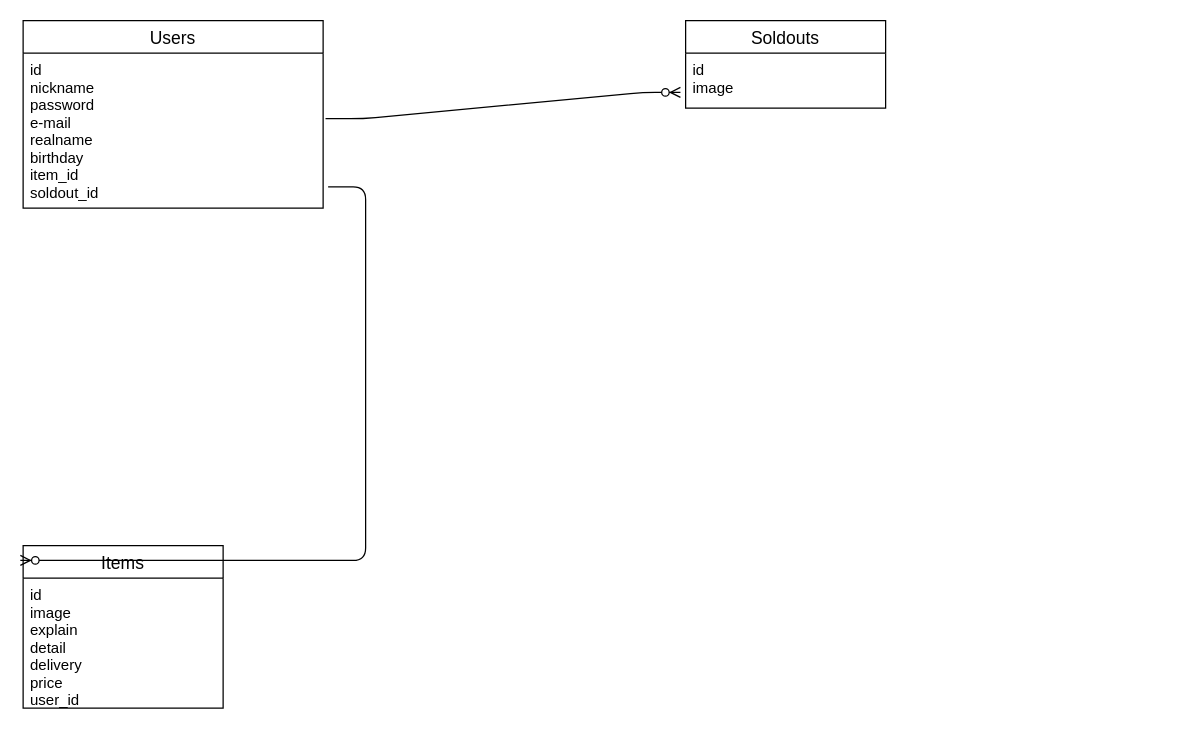
Earlier version of the draw.io diagram .drawio (HilotoTaketake/furima_27497). Source tidied: cells renumbered, new cells numbered last; positions are measured from the earlier drawing's top-left corner, leaving out a move shared by most shapes. Both pictures are drawn from the tidied source at 125%, with x=0, y=0 at pixel (22, 20).
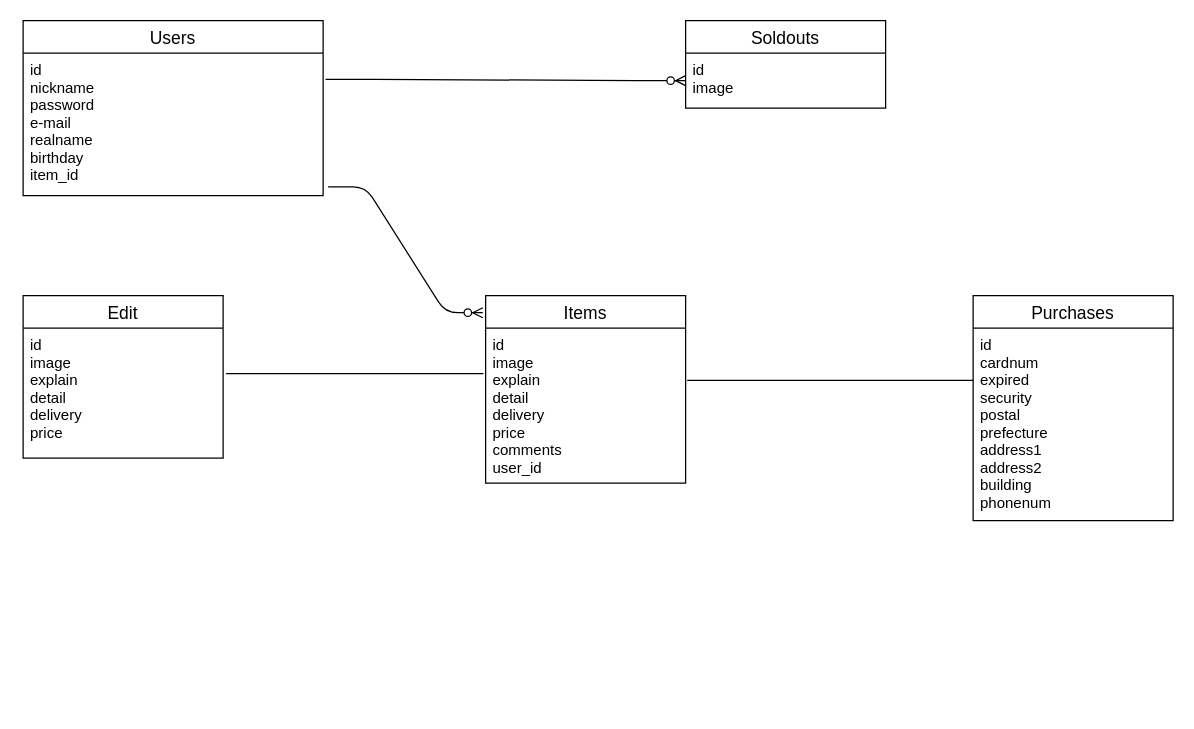
After the change.

What changed in the source:
```diff
@@
 <mxGraphModel>
   <root>
     <mxCell id="0" />
     <mxCell id="1" parent="0" />
-    <mxCell id="2" value="Items" style="swimlane;fontStyle=0;horizontal=1;startSize=26;align=center;fontSize=14;" parent="1" vertex="1">
-      <mxGeometry y="420" width="160" height="130" as="geometry" />
-    </mxCell>
-    <mxCell id="3" value="id&#10;image&#10;explain&#10;detail&#10;delivery&#10;price&#10;user_id" style="text;strokeColor=none;fillColor=none;spacingLeft=4;spacingRight=4;overflow=hidden;points=[[0,0.5],[1,0.5]];portConstraint=eastwest;fontSize=12;" parent="2" vertex="1">
-      <mxGeometry y="26" width="160" height="104" as="geometry" />
-    </mxCell>
     <mxCell id="4" value="Users" style="swimlane;fontStyle=0;horizontal=1;startSize=26;align=center;fontSize=14;" parent="1" vertex="1">
-      <mxGeometry width="240" height="150" as="geometry" />
+      <mxGeometry width="240" height="140" as="geometry" />
     </mxCell>
-    <mxCell id="5" value="id&#10;nickname&#10;password&#10;e-mail&#10;realname&#10;birthday&#10;item_id&#10;soldout_id" style="text;strokeColor=none;fillColor=none;spacingLeft=4;spacingRight=4;overflow=hidden;points=[[0,0.5],[1,0.5]];portConstraint=eastwest;fontSize=12;" parent="4" vertex="1">
-      <mxGeometry y="26" width="240" height="124" as="geometry" />
+    <mxCell id="5" value="id&#10;nickname&#10;password&#10;e-mail&#10;realname&#10;birthday&#10;item_id" style="text;strokeColor=none;fillColor=none;spacingLeft=4;spacingRight=4;overflow=hidden;points=[[0,0.5],[1,0.5]];portConstraint=eastwest;fontSize=12;" parent="4" vertex="1">
+      <mxGeometry y="26" width="240" height="114" as="geometry" />
     </mxCell>
     <mxCell id="6" value="Soldouts" style="swimlane;fontStyle=0;horizontal=1;startSize=26;align=center;fontSize=14;" parent="1" vertex="1">
       <mxGeometry x="530" width="160" height="70" as="geometry" />
     </mxCell>
     <mxCell id="7" value="id&#10;image&#10;" style="text;strokeColor=none;fillColor=none;spacingLeft=4;spacingRight=4;overflow=hidden;points=[[0,0.5],[1,0.5]];portConstraint=eastwest;fontSize=12;" parent="6" vertex="1">
       <mxGeometry y="26" width="160" height="44" as="geometry" />
     </mxCell>
     <mxCell id="8" style="edgeStyle=entityRelationEdgeStyle;fontSize=12;html=1;endArrow=ERzeroToMany;endFill=1;entryX=-0.014;entryY=0.091;entryDx=0;entryDy=0;entryPerimeter=0;" parent="1" edge="1" target="2">
       <mxGeometry relative="1" as="geometry">
         <mxPoint x="244" y="133" as="sourcePoint" />
       </mxGeometry>
     </mxCell>
-    <mxCell id="9" style="edgeStyle=entityRelationEdgeStyle;fontSize=12;html=1;endArrow=ERzeroToMany;endFill=1;exitX=1.008;exitY=0.423;exitDx=0;exitDy=0;exitPerimeter=0;entryX=-0.026;entryY=0.714;entryDx=0;entryDy=0;entryPerimeter=0;" parent="1" edge="1" source="5" target="7">
+    <mxCell id="9" style="edgeStyle=entityRelationEdgeStyle;fontSize=12;html=1;endArrow=ERzeroToMany;endFill=1;exitX=1.008;exitY=0.184;exitDx=0;exitDy=0;exitPerimeter=0;entryX=0;entryY=0.5;entryDx=0;entryDy=0;" parent="1" edge="1" source="5" target="7">
       <mxGeometry relative="1" as="geometry" />
     </mxCell>
+    <mxCell id="10" style="endArrow=none;html=1;rounded=0;exitX=1.008;exitY=0.337;exitDx=0;exitDy=0;exitPerimeter=0;entryX=0;entryY=0.271;entryDx=0;entryDy=0;entryPerimeter=0;" parent="1" edge="1" source="3" target="13">
+      <mxGeometry relative="1" as="geometry" />
+    </mxCell>
+    <mxCell id="11" style="endArrow=none;html=1;rounded=0;exitX=1.015;exitY=0.349;exitDx=0;exitDy=0;exitPerimeter=0;entryX=-0.011;entryY=0.293;entryDx=0;entryDy=0;entryPerimeter=0;" parent="1" edge="1" source="15" target="3">
+      <mxGeometry relative="1" as="geometry" />
+    </mxCell>
+    <mxCell id="2" value="Items" style="swimlane;fontStyle=0;horizontal=1;startSize=26;align=center;fontSize=14;" parent="1" vertex="1">
+      <mxGeometry x="370" y="220" width="160" height="150" as="geometry" />
+    </mxCell>
+    <mxCell id="3" value="id&#10;image&#10;explain&#10;detail&#10;delivery&#10;price&#10;comments&#10;user_id" style="text;strokeColor=none;fillColor=none;spacingLeft=4;spacingRight=4;overflow=hidden;points=[[0,0.5],[1,0.5]];portConstraint=eastwest;fontSize=12;" parent="2" vertex="1">
+      <mxGeometry y="26" width="160" height="124" as="geometry" />
+    </mxCell>
+    <mxCell id="12" value="Purchases" style="swimlane;fontStyle=0;horizontal=1;startSize=26;align=center;fontSize=14;" parent="1" vertex="1">
+      <mxGeometry x="760" y="220" width="160" height="180" as="geometry" />
+    </mxCell>
+    <mxCell id="13" value="id&#10;cardnum&#10;expired&#10;security&#10;postal&#10;prefecture&#10;address1&#10;address2&#10;building&#10;phonenum" style="text;strokeColor=none;fillColor=none;spacingLeft=4;spacingRight=4;overflow=hidden;points=[[0,0.5],[1,0.5]];portConstraint=eastwest;fontSize=12;" parent="12" vertex="1">
+      <mxGeometry y="26" width="160" height="154" as="geometry" />
+    </mxCell>
+    <mxCell id="14" value="Edit" style="swimlane;fontStyle=0;horizontal=1;startSize=26;align=center;fontSize=14;" parent="1" vertex="1">
+      <mxGeometry y="220" width="160" height="130" as="geometry" />
+    </mxCell>
+    <mxCell id="15" value="id&#10;image&#10;explain&#10;detail&#10;delivery&#10;price&#10;" style="text;strokeColor=none;fillColor=none;spacingLeft=4;spacingRight=4;overflow=hidden;points=[[0,0.5],[1,0.5]];portConstraint=eastwest;fontSize=12;" parent="14" vertex="1">
+      <mxGeometry y="26" width="160" height="104" as="geometry" />
+    </mxCell>
   </root>
 </mxGraphModel>
```
